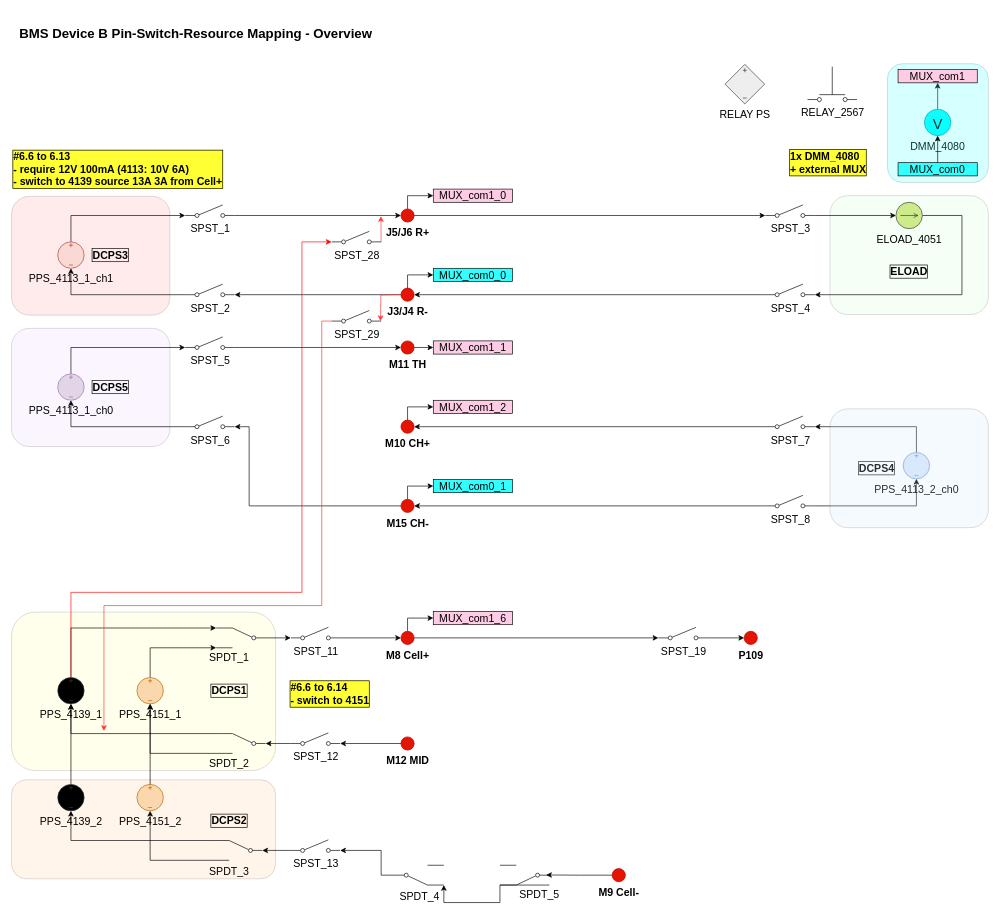
This is BMS_device_B_6p12.drawio from ktlim-xy/draw-io, a draw.io file, before an edit. Source tidied: cells renumbered, new cells numbered last; positions are measured from the earlier drawing's top-left corner, leaving out a move shared by most shapes. Both pictures are drawn from the tidied source at 66%, with x=0, y=0 at pixel (11, 11).
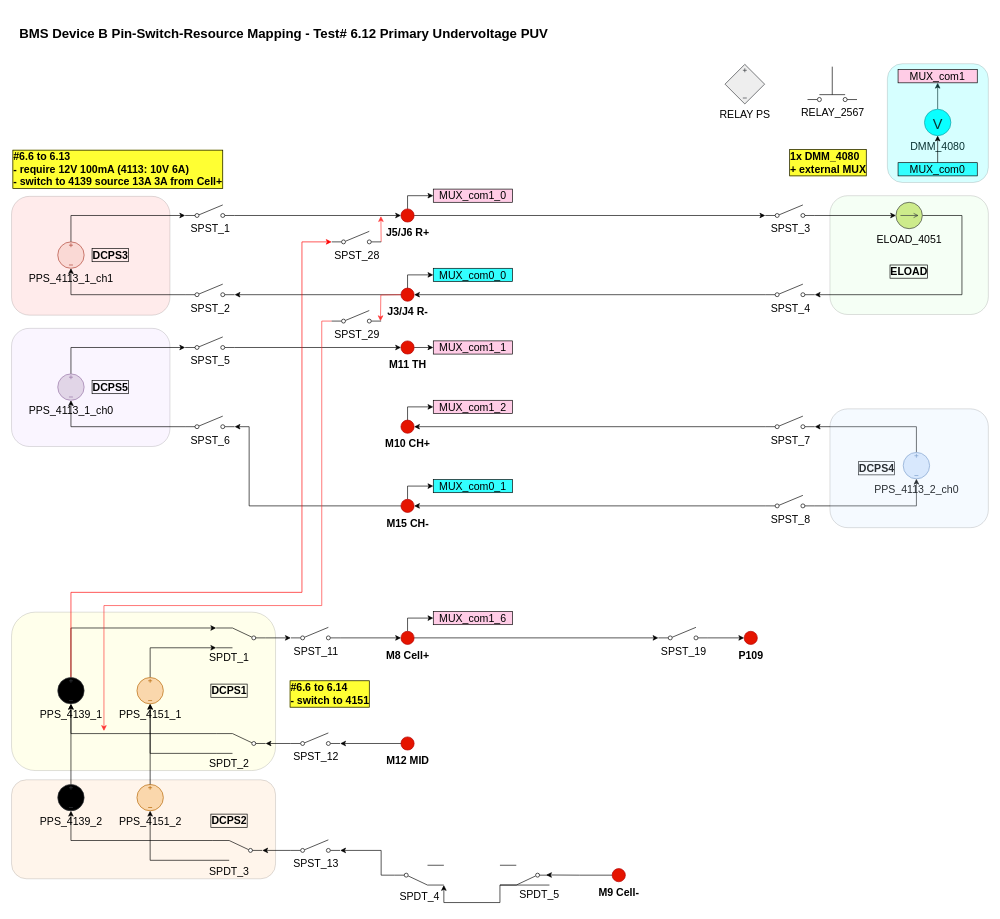
The same page after the edit.

Diff of the diagram source:
```diff
@@
-    <mxCell id="110" value="&lt;b&gt;BMS Device B Pin-Switch-Resource Mapping - Overview&amp;nbsp;&lt;/b&gt;" style="text;html=1;whiteSpace=wrap;strokeColor=none;fillColor=none;align=left;verticalAlign=middle;rounded=0;fontSize=20;" parent="1" vertex="1">
+    <mxCell id="110" value="&lt;b&gt;BMS Device B Pin-Switch-Resource Mapping - Test# 6.12 Primary Undervoltage PUV&lt;/b&gt;" style="text;html=1;whiteSpace=wrap;strokeColor=none;fillColor=none;align=left;verticalAlign=middle;rounded=0;fontSize=20;" parent="1" vertex="1">
       <mxGeometry x="10" width="1010" height="65" as="geometry" />
     </mxCell>
```
